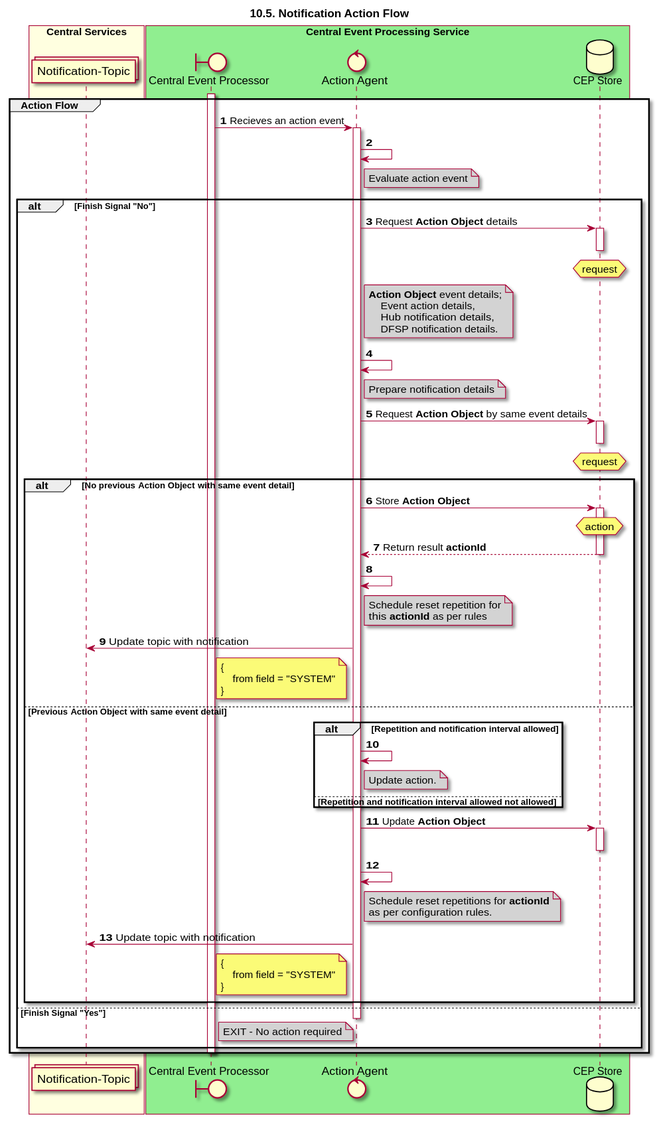
Before: docs/sequence_diagrams/notification-actionFlow.svg, a diagram exported from PlantUML (mojaloop/central-event-processor).
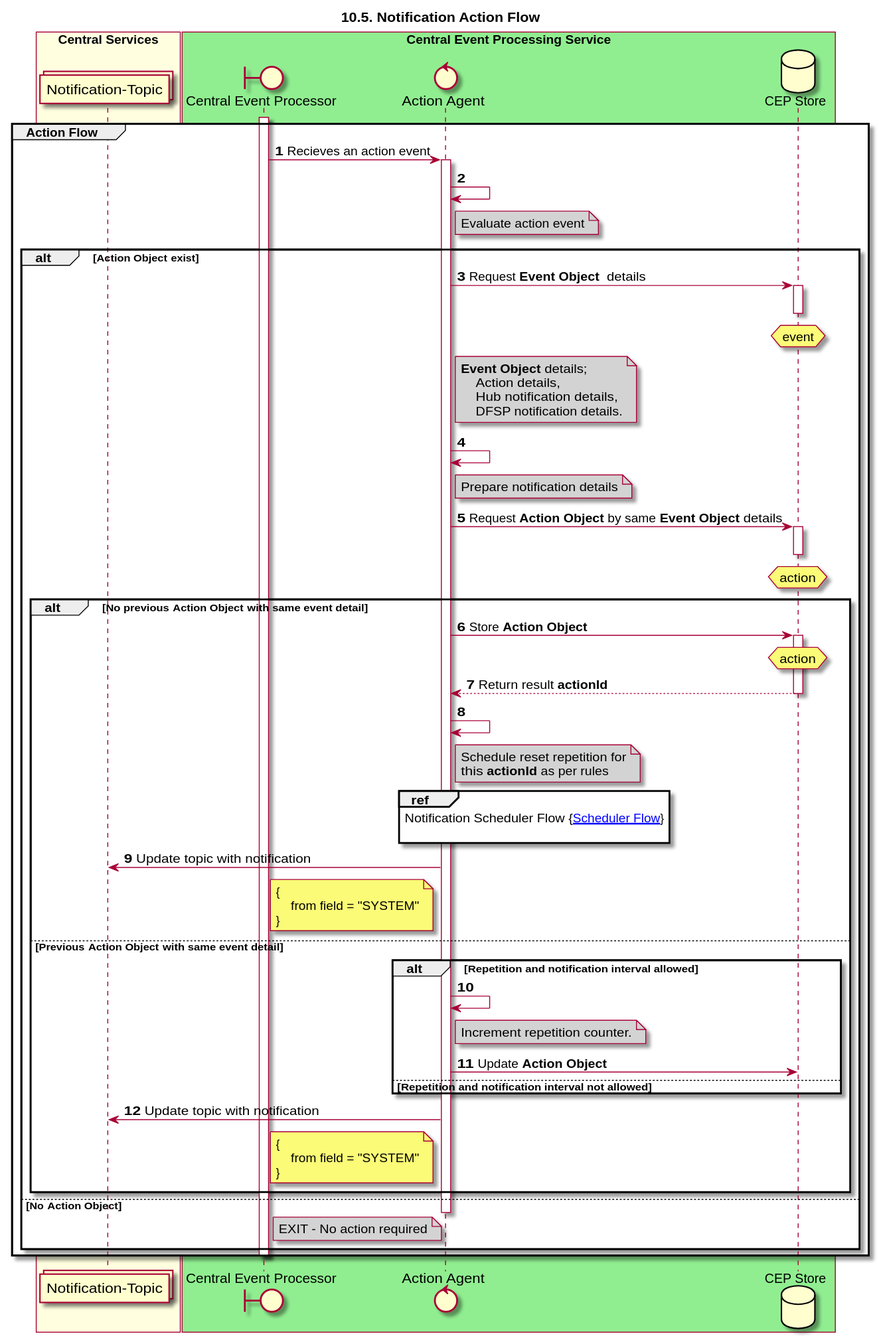
The same file after the commit.

Commit message:
566_UML Sequence diagrams

The edit, as a diff of the source:
```diff
@@ -25,16 +25,16 @@
         Evaluate action event
     end note
 
-    alt Finish Signal "No"
-        AA -> DB: Request **Action Object** details
+    alt **Action Object** exist
+        AA -> DB: Request **Event Object**  details
         activate DB
         deactivate DB
         hnote over DB
-            request
+            event
         end hnote
         note right of AA #LightGrey
-            **Action Object** event details;
-                Event action details,
+            **Event Object** details;
+                Action details,
                 Hub notification details,
                 DFSP notification details.
         end note
@@ -42,11 +42,11 @@
         note right of AA #LightGrey
             Prepare notification details
         end note
-        AA -> DB: Request **Action Object** by same event details
+        AA -> DB: Request **Action Object** by same **Event Object** details
         activate DB
         deactivate DB
         hnote over DB
-            request
+            action
         end hnote
 
         alt No previous **Action Object** with same event detail
@@ -62,6 +62,8 @@
                 Schedule reset repetition for
                 this **actionId** as per rules
             end note
+            ref over AA :  Notification Scheduler Flow {[[https://github.com/mojaloop/central-event-processor/tree/master/docs/sequence_diagrams/notification-schedulerFlow.svg Scheduler Flow]]} \n
+
             TOPIC_NOTIFY <- AA: Update topic with notification
             note left of AA
                 {
@@ -73,18 +75,13 @@
             alt Repetition and notification interval allowed
                 AA -> AA
                 note right of AA #LightGrey
-                    Update action.
+                    Increment repetition counter.
                 end note
-            else Repetition and notification interval allowed not allowed
+            AA -> DB: Update **Action Object**
+            else Repetition and notification interval not allowed
             end
-            AA -> DB: Update **Action Object**
             activate DB
             deactivate DB
-            AA -> AA
-            note right of AA #LightGrey
-                Schedule reset repetitions for **actionId**
-                as per configuration rules.
-            end note
             TOPIC_NOTIFY <- AA: Update topic with notification
             note left of AA
                 {
@@ -92,7 +89,7 @@
                 }
             end note
         end
-    else Finish Signal "Yes"
+    else No **Action Object**
     deactivate AA
     note right of CEP #LightGrey
         EXIT - No action required
```
